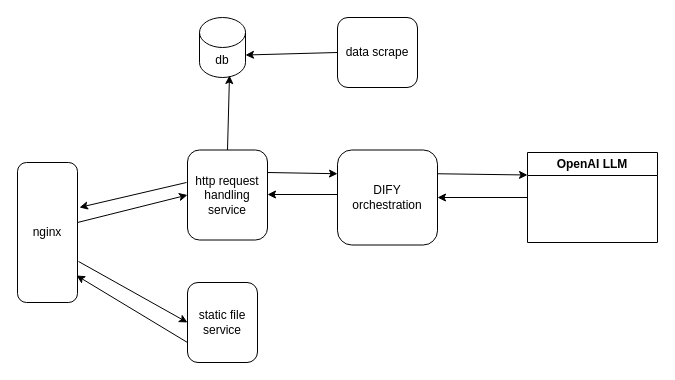
This is onehelp.drawio from frankyzf/request-matcher-openai, a draw.io file, before an edit. Source tidied: cells renumbered, new cells numbered last; positions are measured from the earlier drawing's top-left corner, leaving out a move shared by most shapes. Both pictures are drawn from the tidied source at 100%, with x=0, y=0 at pixel (17, 17).
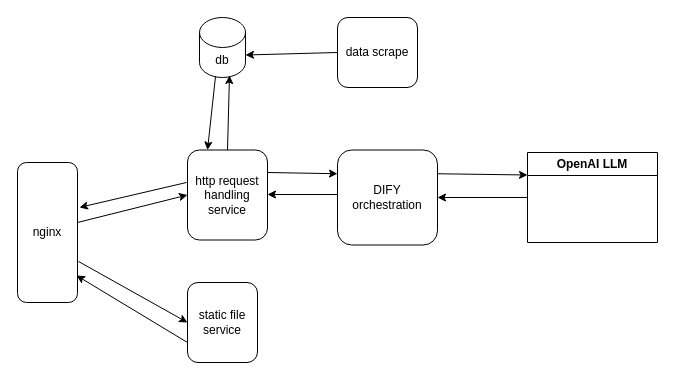
Above is the later version.

The change refers to these unchanged cells:
```xml
<mxCell id="3" value="http request handling service" style="rounded=1;whiteSpace=wrap;html=1;" parent="1" vertex="1">
  <mxGeometry x="170" y="132.5" width="80" height="90" as="geometry" />
</mxCell>
<mxCell id="4" value="db" style="shape=cylinder3;whiteSpace=wrap;html=1;boundedLbl=1;backgroundOutline=1;size=15;" parent="1" vertex="1">
  <mxGeometry x="182" width="46" height="60" as="geometry" />
</mxCell>
```

Diff of the diagram source:
```diff
@@
+    <mxCell id="19" style="endArrow=classic;html=1;rounded=0;entryX=0.25;entryY=0;entryDx=0;entryDy=0;exitX=0.348;exitY=0.983;exitDx=0;exitDy=0;exitPerimeter=0;" parent="1" edge="1" source="4" target="3">
+      <mxGeometry relative="1" as="geometry" />
+    </mxCell>
```
